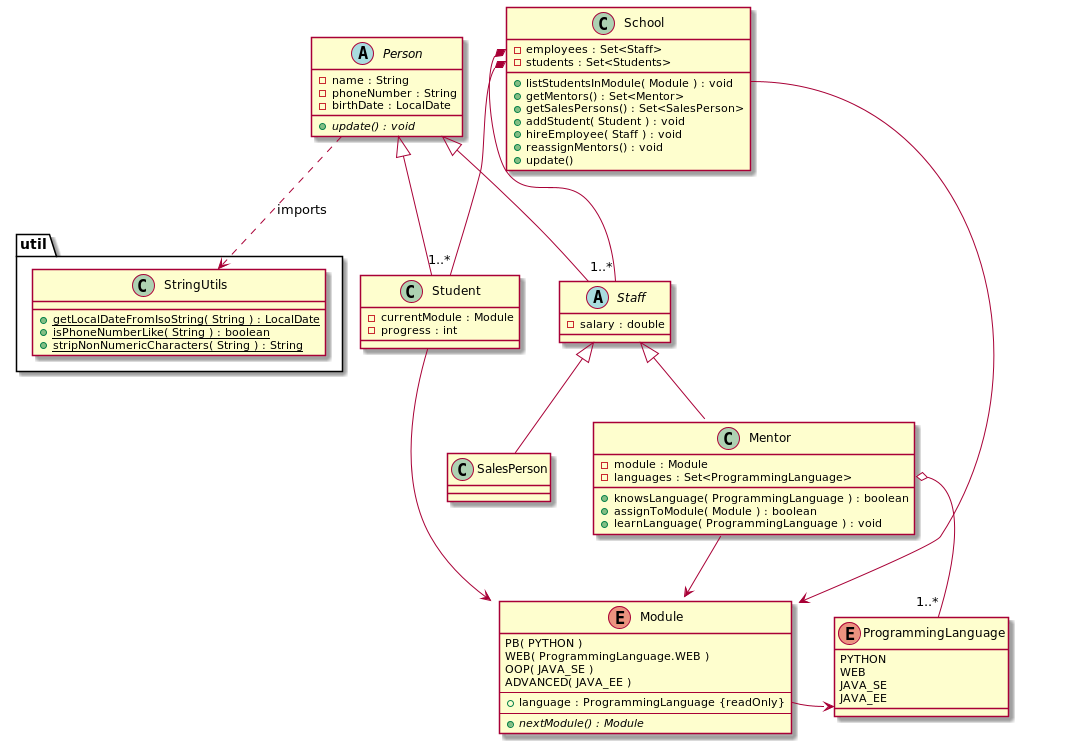
Before: ProgramSchool_UML.png, a diagram exported from PlantUML (craciun-st/ProgrammingSchool). Its diagram source:
```plantuml
@startuml

class School {
    - employees : Set<Staff>
    - students : Set<Students>
    + listStudentsInModule( Module ) : void
    + getMentors() : Set<Mentor>
    + getSalesPersons() : Set<SalesPerson>
    + addStudent( Student ) : void
    + hireEmployee( Staff ) : void
    + reassignMentors() : void
    + update()

}

abstract class Person {
    - name : String
    - phoneNumber : String
    - birthDate : LocalDate
    + {abstract} update() : void
}

abstract class Staff extends Person {
    - salary : double
}

class SalesPerson extends Staff {
}

class Mentor extends Staff {
    - module : Module
    - languages : Set<ProgrammingLanguage>
    + knowsLanguage( ProgrammingLanguage ) : boolean
    + assignToModule( Module ) : boolean
    + learnLanguage( ProgrammingLanguage ) : void
}

class Student extends Person {
    - currentModule : Module
    - progress : int
}

enum ProgrammingLanguage {
    PYTHON
    WEB
    JAVA_SE
    JAVA_EE
}

enum Module {
    PB( PYTHON )
    WEB( ProgrammingLanguage.WEB )
    OOP( JAVA_SE )
    ADVANCED( JAVA_EE )
    --
    + language : ProgrammingLanguage {readOnly}
    --
    + {abstract} nextModule() : Module
}

class util.StringUtils {
    + {static} getLocalDateFromIsoString( String ) : LocalDate
    + {static} isPhoneNumberLike( String ) : boolean
    + {static} stripNonNumericCharacters( String ) : String
}

Student --> Module
Mentor --> Module
School::listStudentsInModule --> Module
Mentor::languages o-- "1..*" ProgrammingLanguage
Module::language -right-> ProgrammingLanguage

School::employees *-- "1..*" Staff
School::students *-- "1..*" Student


Person ..> util.StringUtils : imports

@enduml
```
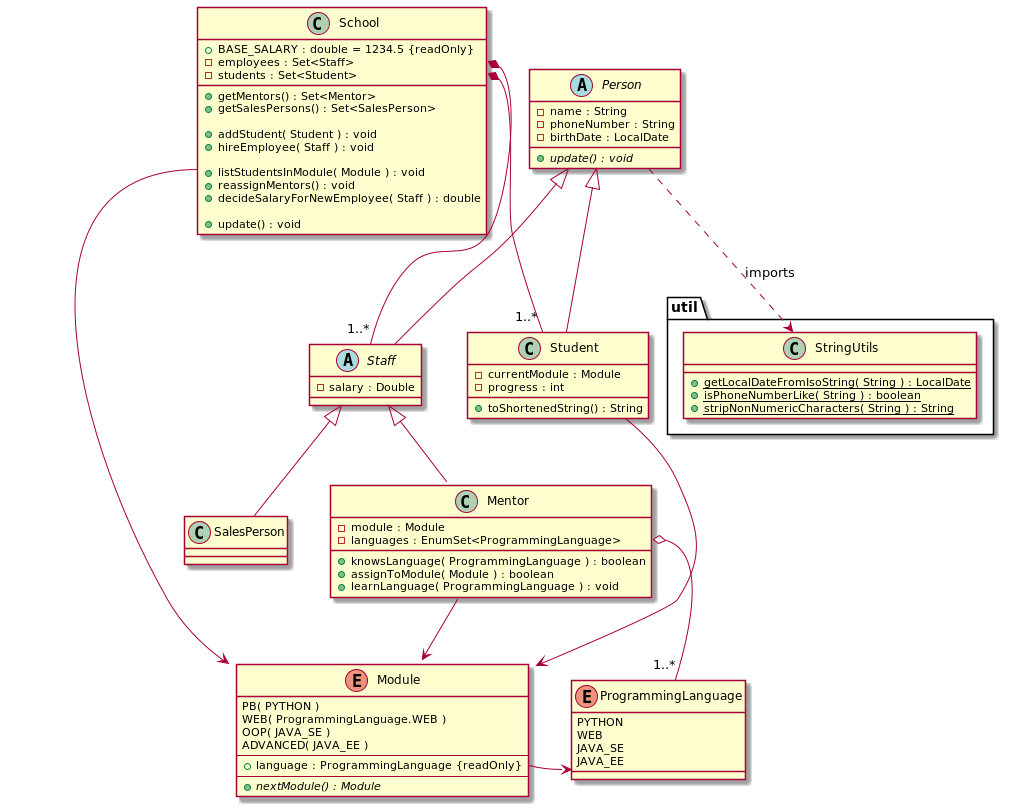
The same diagram one commit later.

Commit message:
Update UML diagram to reflect current changes

Mostly methods in School

Change to the diagram source:
```diff
@@ -1,15 +1,21 @@
 @startuml
 
 class School {
+    + BASE_SALARY : double = 1234.5 {readOnly}
     - employees : Set<Staff>
-    - students : Set<Students>
-    + listStudentsInModule( Module ) : void
+    - students : Set<Student>
+
     + getMentors() : Set<Mentor>
     + getSalesPersons() : Set<SalesPerson>
+
     + addStudent( Student ) : void
     + hireEmployee( Staff ) : void
+
+    + listStudentsInModule( Module ) : void
     + reassignMentors() : void
-    + update()
+    + decideSalaryForNewEmployee( Staff ) : double
+
+    + update() : void
 
 }
 
@@ -21,7 +27,7 @@
 }
 
 abstract class Staff extends Person {
-    - salary : double
+    - salary : Double
 }
 
 class SalesPerson extends Staff {
@@ -29,7 +35,7 @@
 
 class Mentor extends Staff {
     - module : Module
-    - languages : Set<ProgrammingLanguage>
+    - languages : EnumSet<ProgrammingLanguage>
     + knowsLanguage( ProgrammingLanguage ) : boolean
     + assignToModule( Module ) : boolean
     + learnLanguage( ProgrammingLanguage ) : void
@@ -38,6 +44,7 @@
 class Student extends Person {
     - currentModule : Module
     - progress : int
+    + toShortenedString() : String
 }
 
 enum ProgrammingLanguage {
```
